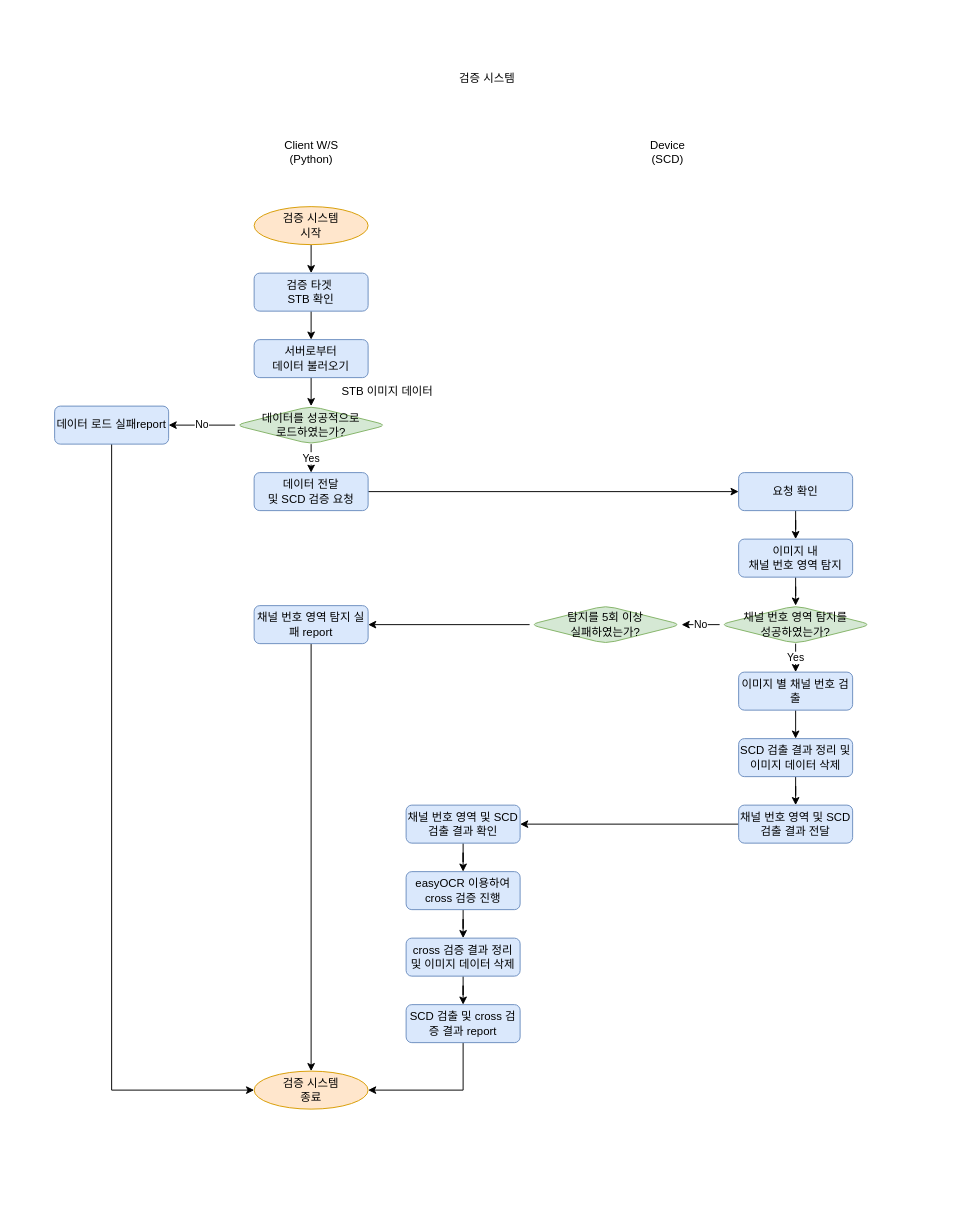
Above: flowChart_TAS.drawio in shula2/flow_chart (draw.io), before the change. Source tidied: cells renumbered, new cells numbered last; positions are measured from the earlier drawing's top-left corner, leaving out a move shared by most shapes. Both pictures are drawn from the tidied source at 95%, with x=0, y=0 at pixel (54, 64).
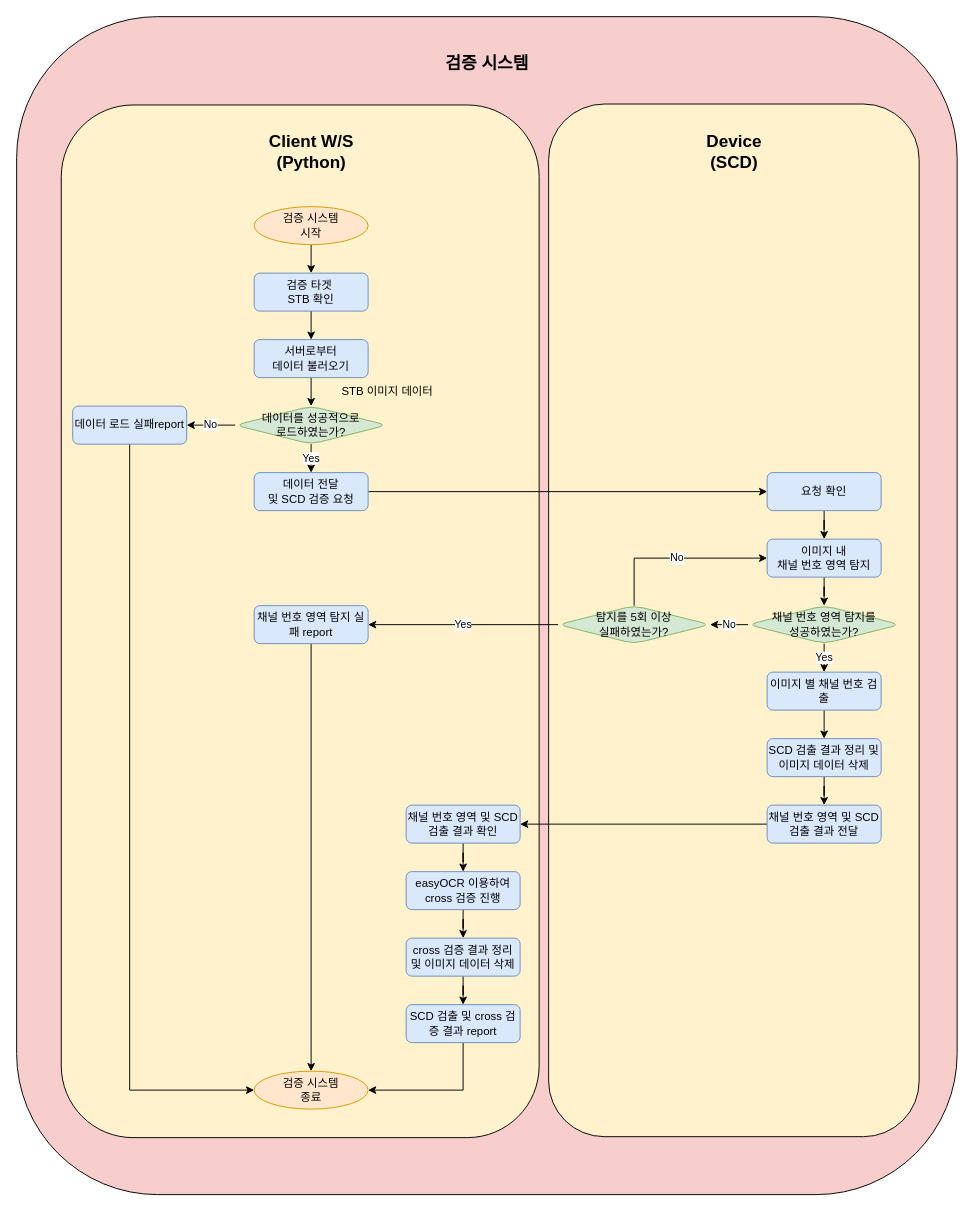
The same page after the edit.

The change refers to these unchanged cells:
```xml
<mxCell id="31" value="채널 번호 영역 탐지 실패 report" style="rounded=1;whiteSpace=wrap;html=1;fontSize=12;glass=0;strokeWidth=1;shadow=0;fillColor=#dae8fc;strokeColor=#6c8ebf;" parent="1" vertex="1">
  <mxGeometry x="210" y="570" width="120" height="40" as="geometry" />
</mxCell>
```

The edit, as a diff of the source:
```diff
@@
+    <mxCell id="45" style="rounded=1;whiteSpace=wrap;html=1;fillColor=#f8cecc;strokeColor=#000000;" parent="1" vertex="1">
+      <mxGeometry x="-40" y="-50" width="990" height="1240" as="geometry" />
+    </mxCell>
+    <mxCell id="46" style="rounded=1;whiteSpace=wrap;html=1;fillColor=#fff2cc;strokeColor=#000000;" parent="1" vertex="1">
+      <mxGeometry x="520" y="42" width="390" height="1087" as="geometry" />
+    </mxCell>
+    <mxCell id="47" style="rounded=1;whiteSpace=wrap;html=1;fillColor=#fff2cc;strokeColor=#000000;" parent="1" vertex="1">
+      <mxGeometry x="7" y="43" width="503" height="1087" as="geometry" />
+    </mxCell>
@@
     <mxCell id="14" value="요청 확인" style="rounded=1;whiteSpace=wrap;html=1;fontSize=12;glass=0;strokeWidth=1;shadow=0;fillColor=#dae8fc;strokeColor=#6c8ebf;" parent="1" vertex="1">
-      <mxGeometry x="720" y="430" width="120" height="40" as="geometry" />
+      <mxGeometry x="750" y="430" width="120" height="40" as="geometry" />
     </mxCell>
@@
     <mxCell id="16" value="&lt;div&gt;이미지 내&lt;/div&gt;채널 번호 영역 탐지" style="rounded=1;whiteSpace=wrap;html=1;fontSize=12;glass=0;strokeWidth=1;shadow=0;fillColor=#dae8fc;strokeColor=#6c8ebf;" parent="1" vertex="1">
-      <mxGeometry x="720" y="500" width="120" height="40" as="geometry" />
+      <mxGeometry x="750" y="500" width="120" height="40" as="geometry" />
     </mxCell>
@@
     <mxCell id="20" value="채널 번호 영역 탐지를&lt;div&gt;성공하였는가?&lt;/div&gt;" style="rhombus;whiteSpace=wrap;html=1;rounded=1;fillColor=#d5e8d4;strokeColor=#82b366;" parent="1" vertex="1">
-      <mxGeometry x="700" y="570" width="160" height="40" as="geometry" />
+      <mxGeometry x="730" y="570" width="160" height="40" as="geometry" />
     </mxCell>
@@
     <mxCell id="23" value="데이터 로드 실패report" style="rounded=1;whiteSpace=wrap;html=1;fontSize=12;glass=0;strokeWidth=1;shadow=0;fillColor=#dae8fc;strokeColor=#6c8ebf;" parent="1" vertex="1">
-      <mxGeometry y="360" width="120" height="40" as="geometry" />
+      <mxGeometry x="19" y="360" width="120" height="40" as="geometry" />
     </mxCell>
-    <mxCell id="24" value="검증 시스템" style="text;html=1;align=center;verticalAlign=middle;strokeColor=none;fillColor=none;" parent="1" vertex="1">
-      <mxGeometry x="410" width="90" height="30" as="geometry" />
+    <mxCell id="24" value="검증 시스템" style="text;html=1;align=center;verticalAlign=middle;strokeColor=none;fillColor=none;fontSize=18;fontStyle=1;" parent="1" vertex="1">
+      <mxGeometry x="395" y="-20" width="120" height="40" as="geometry" />
     </mxCell>
-    <mxCell id="25" value="Device&lt;div&gt;(SCD)&lt;/div&gt;" style="text;html=1;align=center;verticalAlign=middle;strokeColor=none;fillColor=none;" parent="1" vertex="1">
-      <mxGeometry x="615" y="73" width="60" height="40" as="geometry" />
+    <mxCell id="25" value="Device&lt;div&gt;(SCD)&lt;/div&gt;" style="text;html=1;align=center;verticalAlign=middle;strokeColor=none;fillColor=none;fontSize=18;fontStyle=1;" parent="1" vertex="1">
+      <mxGeometry x="675" y="63" width="80" height="60" as="geometry" />
     </mxCell>
-    <mxCell id="26" style="edgeStyle=orthogonalEdgeStyle;rounded=0;jettySize=auto;html=1;exitX=0;exitY=0.5;exitDx=0;exitDy=0;" parent="1" edge="1" source="27" target="31">
+    <mxCell id="26" value="Yes" style="edgeStyle=orthogonalEdgeStyle;rounded=0;jettySize=auto;html=1;exitX=0;exitY=0.5;exitDx=0;exitDy=0;" parent="1" edge="1" source="27" target="31">
       <mxGeometry relative="1" as="geometry" />
     </mxCell>
+    <mxCell id="48" value="No" style="edgeStyle=orthogonalEdgeStyle;rounded=0;jettySize=auto;html=1;exitX=0.5;exitY=0;exitDx=0;exitDy=0;entryX=0;entryY=0.5;entryDx=0;entryDy=0;" parent="1" edge="1" source="27" target="16">
+      <mxGeometry relative="1" as="geometry" />
+    </mxCell>
     <mxCell id="27" value="탐지를 5회 이상&lt;div&gt;실패하였는가?&lt;/div&gt;" style="rhombus;whiteSpace=wrap;html=1;rounded=1;fillColor=#d5e8d4;strokeColor=#82b366;" parent="1" vertex="1">
-      <mxGeometry x="500" y="570" width="160" height="40" as="geometry" />
+      <mxGeometry x="530" y="570" width="160" height="40" as="geometry" />
     </mxCell>
@@
     <mxCell id="29" value="이미지 별 채널 번호 검출" style="rounded=1;whiteSpace=wrap;html=1;fontSize=12;glass=0;strokeWidth=1;shadow=0;fillColor=#dae8fc;strokeColor=#6c8ebf;" parent="1" vertex="1">
-      <mxGeometry x="720" y="640" width="120" height="40" as="geometry" />
+      <mxGeometry x="750" y="640" width="120" height="40" as="geometry" />
     </mxCell>
@@
     <mxCell id="33" value="SCD 검출 결과 정리 및 이미지 데이터 삭제" style="rounded=1;whiteSpace=wrap;html=1;fontSize=12;glass=0;strokeWidth=1;shadow=0;fillColor=#dae8fc;strokeColor=#6c8ebf;" parent="1" vertex="1">
-      <mxGeometry x="720" y="710" width="120" height="40" as="geometry" />
+      <mxGeometry x="750" y="710" width="120" height="40" as="geometry" />
     </mxCell>
@@
     <mxCell id="41" value="채널 번호 영역 및 SCD 검출 결과 전달" style="rounded=1;whiteSpace=wrap;html=1;fontSize=12;glass=0;strokeWidth=1;shadow=0;fillColor=#dae8fc;strokeColor=#6c8ebf;" parent="1" vertex="1">
-      <mxGeometry x="720" y="780" width="120" height="40" as="geometry" />
+      <mxGeometry x="750" y="780" width="120" height="40" as="geometry" />
     </mxCell>
@@
-    <mxCell id="44" value="Client W/S&lt;div&gt;(Python)&lt;/div&gt;" style="text;html=1;align=center;verticalAlign=middle;strokeColor=none;fillColor=none;" parent="1" vertex="1">
-      <mxGeometry x="230" y="73" width="80" height="40" as="geometry" />
+    <mxCell id="44" value="Client W/S&lt;div&gt;(Python)&lt;/div&gt;" style="text;html=1;align=center;verticalAlign=middle;strokeColor=none;fillColor=none;fontSize=18;fontStyle=1;" parent="1" vertex="1">
+      <mxGeometry x="215" y="63" width="110" height="60" as="geometry" />
     </mxCell>
```
